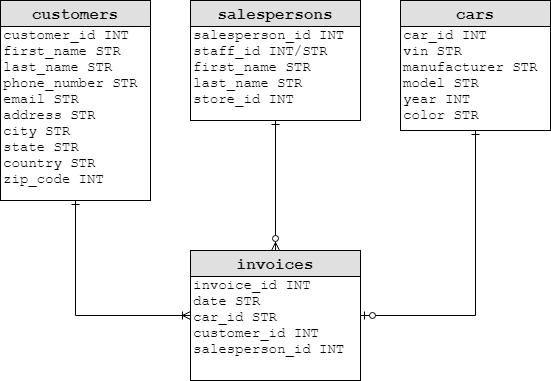
This is module-1/lab-mysql/your-code/lab-mysql-challenge-1.png from ironhack-datalabs/datamia0819, a draw.io export, as it was before one commit. Source tidied: cells renumbered, new cells last; positions are measured from the earlier drawing's top-left corner, leaving out a move shared by most shapes.
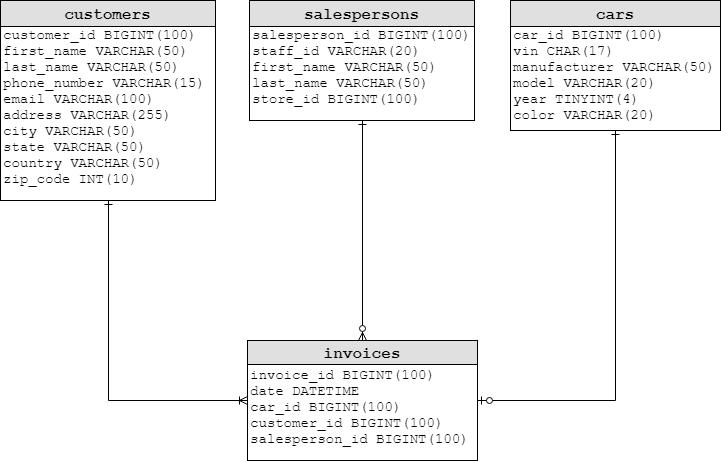
The same file after the commit.

What changed in the source:
```diff
@@ -2,38 +2,50 @@
   <root>
     <mxCell id="0" />
     <mxCell id="1" parent="0" />
-    <mxCell id="2" value="&lt;b&gt;&lt;font style=&quot;font-size: 16px&quot;&gt;&lt;br&gt;&lt;/font&gt;&lt;/b&gt;car_id INT&lt;br style=&quot;font-size: 14px&quot;&gt;vin&amp;nbsp;STR&lt;br&gt;manufacturer&amp;nbsp;STR&lt;br style=&quot;font-size: 14px&quot;&gt;model&amp;nbsp;STR&lt;br style=&quot;font-size: 14px&quot;&gt;year&amp;nbsp;INT&lt;br style=&quot;font-size: 14px&quot;&gt;color&amp;nbsp;STR" style="rounded=0;whiteSpace=wrap;html=1;align=left;verticalAlign=top;fontFamily=Courier New;labelBackgroundColor=#ffffff;fontSize=14;" parent="1" vertex="1">
-      <mxGeometry x="400" width="150" height="130" as="geometry" />
-    </mxCell>
-    <mxCell id="3" value="&lt;b&gt;&lt;font style=&quot;font-size: 16px&quot;&gt;&lt;br&gt;&lt;/font&gt;&lt;/b&gt;customer_id INT&lt;br style=&quot;font-size: 14px&quot;&gt;first_name STR&lt;br style=&quot;font-size: 14px&quot;&gt;last_name STR&lt;br style=&quot;font-size: 14px&quot;&gt;phone_number STR&lt;br style=&quot;font-size: 14px&quot;&gt;email STR&lt;br style=&quot;font-size: 14px&quot;&gt;address&amp;nbsp;STR&lt;br style=&quot;font-size: 14px&quot;&gt;city&amp;nbsp;STR&lt;br style=&quot;font-size: 14px&quot;&gt;state&amp;nbsp;STR&lt;br style=&quot;font-size: 14px&quot;&gt;country&amp;nbsp;STR&lt;br style=&quot;font-size: 14px&quot;&gt;zip_code INT" style="rounded=0;whiteSpace=wrap;html=1;align=left;verticalAlign=top;fontFamily=Courier New;labelBackgroundColor=#ffffff;fontSize=14;" parent="1" vertex="1">
-      <mxGeometry width="150" height="200" as="geometry" />
-    </mxCell>
-    <mxCell id="4" value="&lt;b&gt;&lt;font style=&quot;font-size: 16px&quot;&gt;&lt;br&gt;&lt;/font&gt;&lt;/b&gt;salesperson_id&amp;nbsp;INT&lt;br&gt;staff_id INT/STR&lt;br style=&quot;font-size: 14px&quot;&gt;first_name&amp;nbsp;STR&lt;br style=&quot;font-size: 14px&quot;&gt;last_name STR&lt;br style=&quot;font-size: 14px&quot;&gt;store_id&amp;nbsp;INT" style="rounded=0;whiteSpace=wrap;html=1;align=left;verticalAlign=top;fontFamily=Courier New;labelBackgroundColor=#ffffff;fontSize=14;" parent="1" vertex="1">
-      <mxGeometry x="190" width="170" height="120" as="geometry" />
-    </mxCell>
-    <mxCell id="5" value="&lt;br style=&quot;font-size: 16px&quot;&gt;invoice_id&amp;nbsp;INT&lt;br&gt;date&amp;nbsp;STR&lt;br&gt;car_id&amp;nbsp;STR&lt;br&gt;customer_id&amp;nbsp;INT&lt;br&gt;salesperson_id&amp;nbsp;INT" style="rounded=0;whiteSpace=wrap;html=1;align=left;verticalAlign=top;fontFamily=Courier New;labelBackgroundColor=#ffffff;fontSize=14;" parent="1" vertex="1">
-      <mxGeometry x="190" y="250" width="170" height="130" as="geometry" />
-    </mxCell>
     <mxCell id="6" style="edgeStyle=orthogonalEdgeStyle;fontSize=12;html=1;endArrow=ERoneToMany;entryX=0;entryY=0.5;entryDx=0;entryDy=0;exitX=0.5;exitY=1;exitDx=0;exitDy=0;rounded=0;endFill=0;startArrow=ERone;startFill=0;" parent="1" edge="1" source="3" target="5">
       <mxGeometry relative="1" as="geometry" />
     </mxCell>
-    <mxCell id="7" style="edgeStyle=orthogonalEdgeStyle;fontSize=12;html=1;endArrow=ERzeroToMany;exitX=0.5;exitY=1;exitDx=0;exitDy=0;rounded=0;endFill=1;entryX=0.5;entryY=0;entryDx=0;entryDy=0;startArrow=ERone;startFill=0;" parent="1" edge="1" source="4" target="5">
+    <mxCell id="7" style="edgeStyle=orthogonalEdgeStyle;fontSize=12;html=1;endArrow=ERzeroToMany;exitX=0.5;exitY=1;exitDx=0;exitDy=0;rounded=0;endFill=1;startArrow=ERone;startFill=0;entryX=0.5;entryY=0;entryDx=0;entryDy=0;" parent="1" edge="1" source="4" target="5">
       <mxGeometry relative="1" as="geometry" />
     </mxCell>
     <mxCell id="8" style="edgeStyle=orthogonalEdgeStyle;fontSize=12;html=1;endArrow=ERzeroToOne;entryX=1;entryY=0.5;entryDx=0;entryDy=0;exitX=0.5;exitY=1;exitDx=0;exitDy=0;rounded=0;endFill=1;startArrow=ERone;startFill=0;" parent="1" edge="1" source="2" target="5">
       <mxGeometry relative="1" as="geometry" />
     </mxCell>
+    <mxCell id="13" style="group;" parent="1" vertex="1">
+      <mxGeometry x="-65" y="-60" width="215" height="200" as="geometry" />
+    </mxCell>
+    <mxCell id="3" value="&lt;b&gt;&lt;font style=&quot;font-size: 16px&quot;&gt;&lt;br&gt;&lt;/font&gt;&lt;/b&gt;customer_id BIGINT(100)&lt;br style=&quot;font-size: 14px&quot;&gt;first_name VARCHAR(50)&lt;br style=&quot;font-size: 14px&quot;&gt;last_name VARCHAR(50)&lt;br style=&quot;font-size: 14px&quot;&gt;phone_number VARCHAR(15)&lt;br style=&quot;font-size: 14px&quot;&gt;email VARCHAR(100)&lt;br style=&quot;font-size: 14px&quot;&gt;address VARCHAR(255)&lt;br style=&quot;font-size: 14px&quot;&gt;city VARCHAR(50)&lt;br style=&quot;font-size: 14px&quot;&gt;state VARCHAR(50)&lt;br style=&quot;font-size: 14px&quot;&gt;country VARCHAR(50)&lt;br style=&quot;font-size: 14px&quot;&gt;zip_code INT(10)" style="rounded=0;whiteSpace=wrap;html=1;align=left;verticalAlign=top;fontFamily=Courier New;labelBackgroundColor=#ffffff;fontSize=14;" parent="13" vertex="1">
+      <mxGeometry width="215" height="200" as="geometry" />
+    </mxCell>
-    <mxCell id="9" value="customers" style="text;align=center;verticalAlign=middle;spacingLeft=4;spacingRight=4;strokeColor=#000000;fillColor=#e0e0e0;fontSize=16;fontFamily=Courier New;fontStyle=1;" parent="1" vertex="1">
-      <mxGeometry width="150" height="26" as="geometry" />
+    <mxCell id="9" value="customers" style="text;align=center;verticalAlign=middle;spacingLeft=4;spacingRight=4;strokeColor=#000000;fillColor=#e0e0e0;fontSize=16;fontFamily=Courier New;fontStyle=1;" parent="13" vertex="1">
+      <mxGeometry width="215" height="26" as="geometry" />
     </mxCell>
+    <mxCell id="14" style="group;" parent="1" vertex="1">
+      <mxGeometry x="184" y="-60" width="225" height="120" as="geometry" />
+    </mxCell>
+    <mxCell id="4" value="&lt;b&gt;&lt;font style=&quot;font-size: 16px&quot;&gt;&lt;br&gt;&lt;/font&gt;&lt;/b&gt;salesperson_id BIGINT(100)&lt;br&gt;staff_id VARCHAR(20)&lt;br style=&quot;font-size: 14px&quot;&gt;first_name VARCHAR(50)&lt;br style=&quot;font-size: 14px&quot;&gt;last_name VARCHAR(50)&lt;br style=&quot;font-size: 14px&quot;&gt;store_id BIGINT(100)" style="rounded=0;whiteSpace=wrap;html=1;align=left;verticalAlign=top;fontFamily=Courier New;labelBackgroundColor=#ffffff;fontSize=14;" parent="14" vertex="1">
+      <mxGeometry width="225" height="120" as="geometry" />
+    </mxCell>
-    <mxCell id="10" value="salespersons" style="text;align=center;verticalAlign=middle;spacingLeft=4;spacingRight=4;strokeColor=#000000;fillColor=#e0e0e0;fontSize=16;fontFamily=Courier New;fontStyle=1;" parent="1" vertex="1">
-      <mxGeometry x="190" width="170" height="26" as="geometry" />
+    <mxCell id="10" value="salespersons" style="text;align=center;verticalAlign=middle;spacingLeft=4;spacingRight=4;strokeColor=#000000;fillColor=#e0e0e0;fontSize=16;fontFamily=Courier New;fontStyle=1;" parent="14" vertex="1">
+      <mxGeometry width="225" height="26" as="geometry" />
     </mxCell>
+    <mxCell id="15" style="group;" parent="1" vertex="1">
+      <mxGeometry x="445" y="-60" width="210" height="130" as="geometry" />
+    </mxCell>
+    <mxCell id="2" value="&lt;b&gt;&lt;font style=&quot;font-size: 16px&quot;&gt;&lt;br&gt;&lt;/font&gt;&lt;/b&gt;car_id BIGINT(100)&lt;br style=&quot;font-size: 14px&quot;&gt;vin CHAR(17)&lt;br&gt;manufacturer&amp;nbsp;VARCHAR(50)&lt;br style=&quot;font-size: 14px&quot;&gt;model VARCHAR(20)&lt;br style=&quot;font-size: 14px&quot;&gt;year TINYINT(4)&lt;br style=&quot;font-size: 14px&quot;&gt;color VARCHAR(20)" style="rounded=0;whiteSpace=wrap;html=1;align=left;verticalAlign=top;fontFamily=Courier New;labelBackgroundColor=#ffffff;fontSize=14;" parent="15" vertex="1">
+      <mxGeometry width="210" height="130" as="geometry" />
+    </mxCell>
-    <mxCell id="11" value="cars" style="text;align=center;verticalAlign=middle;spacingLeft=4;spacingRight=4;strokeColor=#000000;fillColor=#e0e0e0;fontSize=16;fontFamily=Courier New;fontStyle=1;" parent="1" vertex="1">
-      <mxGeometry x="400" width="150" height="26" as="geometry" />
+    <mxCell id="11" value="cars" style="text;align=center;verticalAlign=middle;spacingLeft=4;spacingRight=4;strokeColor=#000000;fillColor=#e0e0e0;fontSize=16;fontFamily=Courier New;fontStyle=1;" parent="15" vertex="1">
+      <mxGeometry width="210" height="26" as="geometry" />
     </mxCell>
+    <mxCell id="16" style="group;" parent="1" vertex="1">
+      <mxGeometry x="182" y="280" width="230" height="120" as="geometry" />
+    </mxCell>
+    <mxCell id="5" value="&lt;br style=&quot;font-size: 16px&quot;&gt;invoice_id&amp;nbsp;BIGINT(100)&lt;br&gt;date DATETIME&lt;br&gt;car_id BIGINT(100)&lt;br&gt;customer_id BIGINT(100)&lt;br&gt;salesperson_id BIGINT(100)" style="rounded=0;whiteSpace=wrap;html=1;align=left;verticalAlign=top;fontFamily=Courier New;labelBackgroundColor=#ffffff;fontSize=14;" parent="16" vertex="1">
+      <mxGeometry width="230" height="120" as="geometry" />
+    </mxCell>
-    <mxCell id="12" value="invoices" style="text;align=center;verticalAlign=middle;spacingLeft=4;spacingRight=4;strokeColor=#000000;fillColor=#e0e0e0;fontSize=16;fontFamily=Courier New;fontStyle=1;" parent="1" vertex="1">
-      <mxGeometry x="190" y="250" width="170" height="26" as="geometry" />
+    <mxCell id="12" value="invoices" style="text;align=center;verticalAlign=middle;spacingLeft=4;spacingRight=4;strokeColor=#000000;fillColor=#e0e0e0;fontSize=16;fontFamily=Courier New;fontStyle=1;" parent="16" vertex="1">
+      <mxGeometry width="230" height="24" as="geometry" />
     </mxCell>
   </root>
 </mxGraphModel>
```
